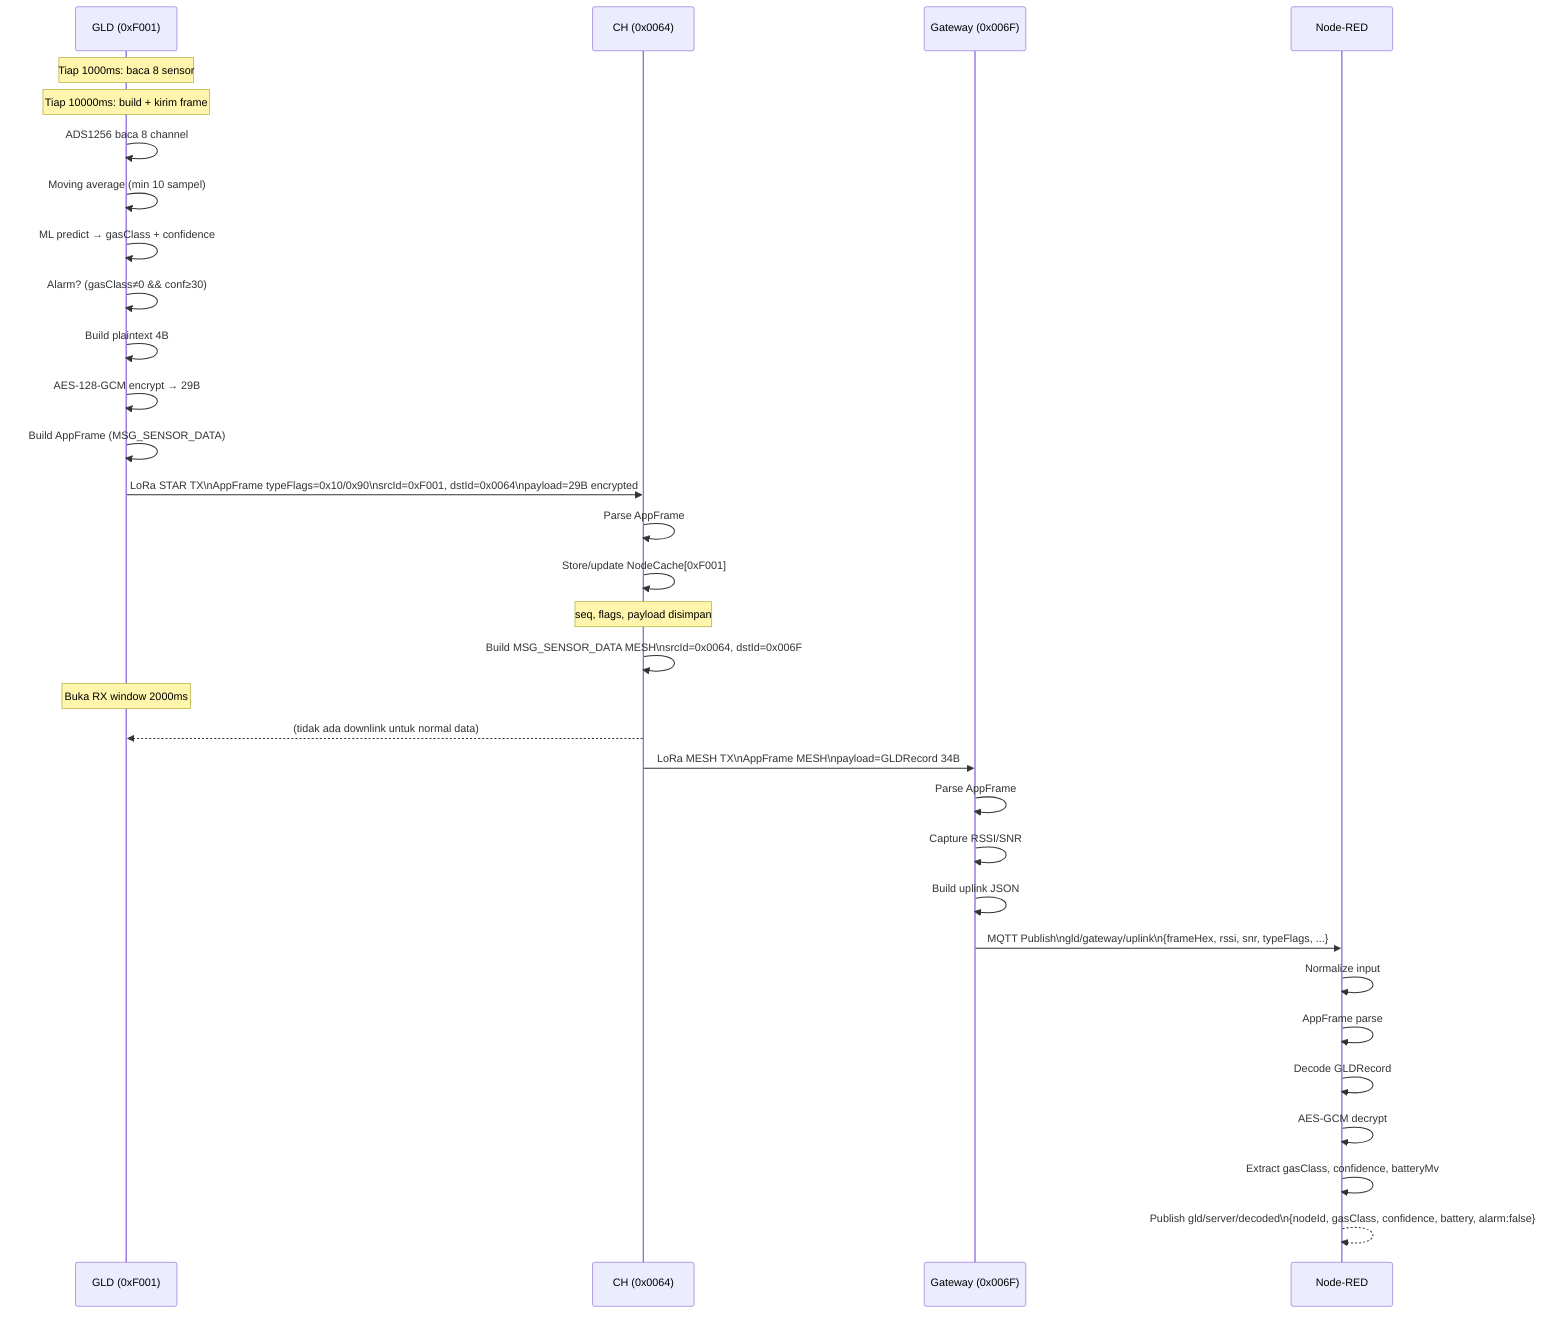
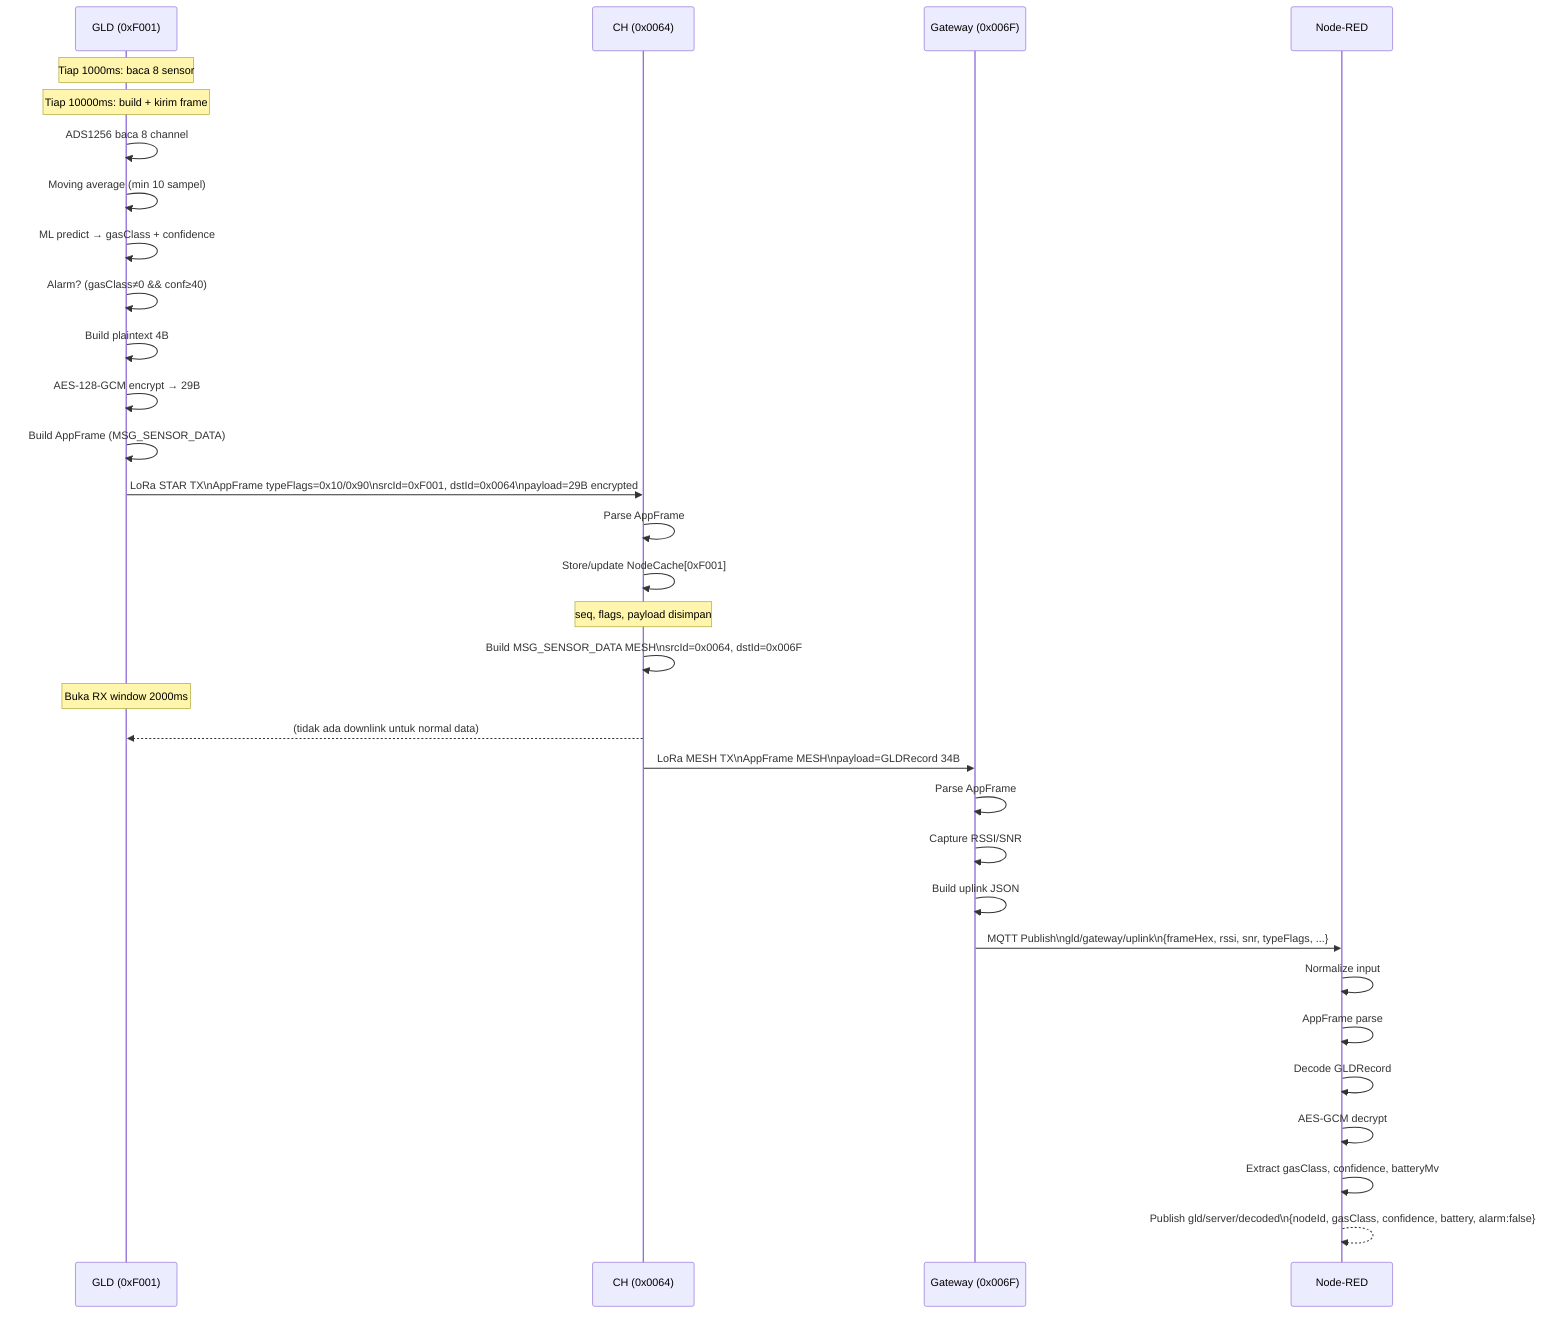
sequenceDiagram
    participant GLD as GLD (0xF001)
    participant CH as CH (0x0064)
    participant GW as Gateway (0x006F)
    participant NR as Node-RED

    Note over GLD: Tiap 1000ms: baca 8 sensor
    Note over GLD: Tiap 10000ms: build + kirim frame

    GLD->>GLD: ADS1256 baca 8 channel
    GLD->>GLD: Moving average (min 10 sampel)
    GLD->>GLD: ML predict → gasClass + confidence
-     GLD->>GLD: Alarm? (gasClass≠0 && conf≥30)
+     GLD->>GLD: Alarm? (gasClass≠0 && conf≥40)
    GLD->>GLD: Build plaintext 4B
    GLD->>GLD: AES-128-GCM encrypt → 29B
    GLD->>GLD: Build AppFrame (MSG_SENSOR_DATA)

    GLD->>CH: LoRa STAR TX\nAppFrame typeFlags=0x10/0x90\nsrcId=0xF001, dstId=0x0064\npayload=29B encrypted

    CH->>CH: Parse AppFrame
    CH->>CH: Store/update NodeCache[0xF001]
    Note over CH: seq, flags, payload disimpan

    CH->>CH: Build MSG_SENSOR_DATA MESH\nsrcId=0x0064, dstId=0x006F

    Note over GLD: Buka RX window 2000ms
    CH-->>GLD: (tidak ada downlink untuk normal data)

    CH->>GW: LoRa MESH TX\nAppFrame MESH\npayload=GLDRecord 34B

    GW->>GW: Parse AppFrame
    GW->>GW: Capture RSSI/SNR
    GW->>GW: Build uplink JSON

    GW->>NR: MQTT Publish\ngld/gateway/uplink\n{frameHex, rssi, snr, typeFlags, ...}

    NR->>NR: Normalize input
    NR->>NR: AppFrame parse
    NR->>NR: Decode GLDRecord
    NR->>NR: AES-GCM decrypt
    NR->>NR: Extract gasClass, confidence, batteryMv

    NR-->>NR: Publish gld/server/decoded\n{nodeId, gasClass, confidence, battery, alarm:false}